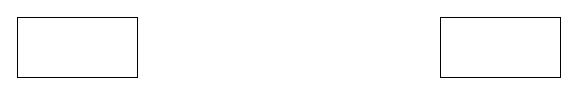
Above: options.drawio in firelinks-alex/firelinks-alex.github.io (draw.io), before the change. Source tidied: cells renumbered, new cells numbered last; positions are measured from the earlier drawing's top-left corner, leaving out a move shared by most shapes. Both pictures are drawn from the tidied source at 100%, with x=0, y=0 at pixel (17, 17).
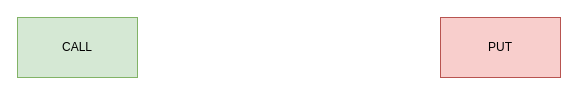
The same diagram, later.

Diff of the diagram source:
```diff
@@
 <mxGraphModel>
   <root>
     <mxCell id="0" />
     <mxCell id="1" parent="0" />
-    <mxCell id="2" style="rounded=0;whiteSpace=wrap;html=1;" parent="1" vertex="1">
+    <mxCell id="2" value="CALL" style="rounded=0;whiteSpace=wrap;html=1;fillColor=#d5e8d4;strokeColor=#82b366;" parent="1" vertex="1">
       <mxGeometry width="120" height="60" as="geometry" />
     </mxCell>
-    <mxCell id="3" style="rounded=0;whiteSpace=wrap;html=1;" parent="1" vertex="1">
+    <mxCell id="3" value="PUT" style="rounded=0;whiteSpace=wrap;html=1;fillColor=#f8cecc;strokeColor=#b85450;" parent="1" vertex="1">
       <mxGeometry x="423" width="120" height="60" as="geometry" />
     </mxCell>
   </root>
 </mxGraphModel>
```
